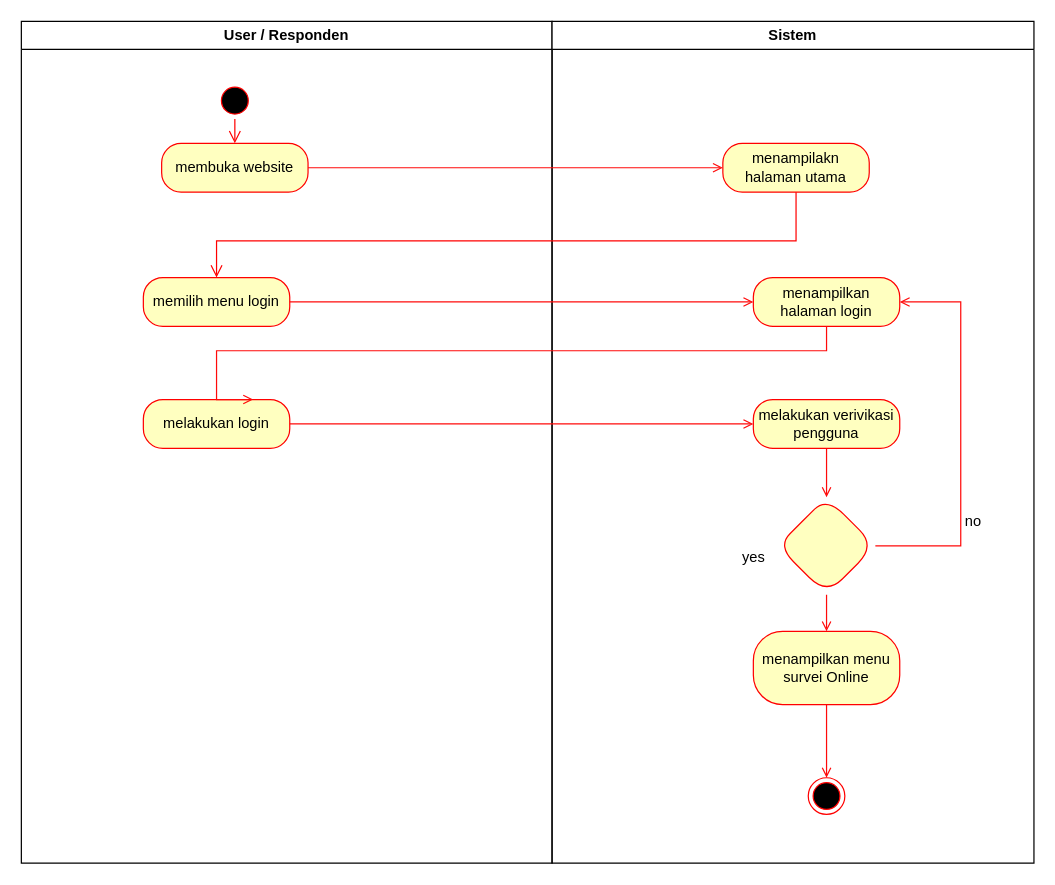
The draw.io diagram Activity Diagram Login Uas.drawio in Tijan01/UAS_APPL, before the edit. Source tidied: cells renumbered, new cells numbered last; positions are measured from the earlier drawing's top-left corner, leaving out a move shared by most shapes. Both pictures are drawn from the tidied source at 122%, with x=0, y=0 at pixel (21, 21).
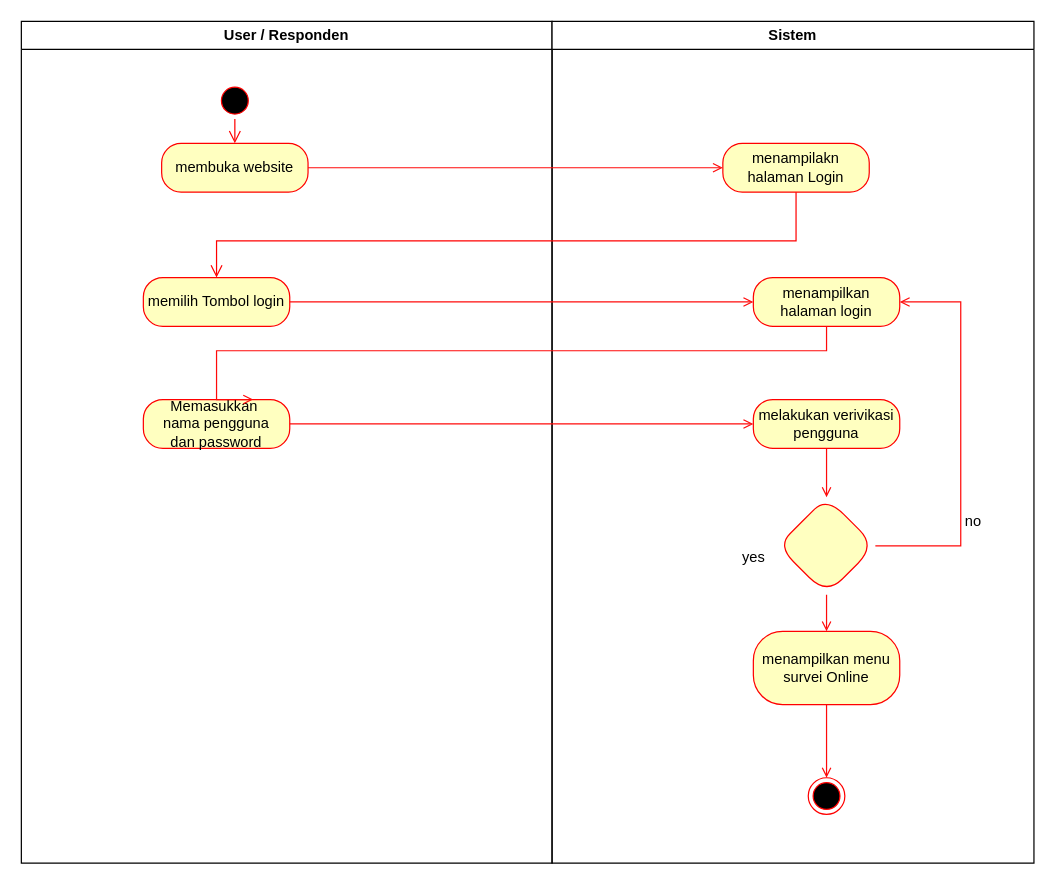
After the change.

The change refers to these unchanged cells:
```xml
<mxCell id="2" value="User / Responden" style="swimlane;whiteSpace=wrap;startSize=23;" parent="1" vertex="1">
  <mxGeometry width="435" height="690" as="geometry" />
</mxCell>
<mxCell id="6" value="Sistem" style="swimlane;whiteSpace=wrap;" parent="1" vertex="1">
  <mxGeometry x="435" width="395" height="690" as="geometry" />
</mxCell>
```

The edit, as a diff of the source:
```diff
@@
-    <mxCell id="4" value="memilih menu login" style="rounded=1;whiteSpace=wrap;html=1;arcSize=40;fontColor=#000000;fillColor=#ffffc0;strokeColor=#ff0000;" parent="2" vertex="1">
+    <mxCell id="4" value="memilih Tombol login" style="rounded=1;whiteSpace=wrap;html=1;arcSize=40;fontColor=#000000;fillColor=#ffffc0;strokeColor=#ff0000;" parent="2" vertex="1">
       <mxGeometry x="100" y="210" width="120" height="40" as="geometry" />
     </mxCell>
-    <mxCell id="5" value="melakukan login" style="rounded=1;whiteSpace=wrap;html=1;arcSize=40;fontColor=#000000;fillColor=#ffffc0;strokeColor=#ff0000;" parent="2" vertex="1">
+    <mxCell id="5" value="Memasukkan&amp;nbsp;&lt;br&gt;nama pengguna&lt;br&gt;dan password" style="rounded=1;whiteSpace=wrap;html=1;arcSize=40;fontColor=#000000;fillColor=#ffffc0;strokeColor=#ff0000;" parent="2" vertex="1">
       <mxGeometry x="100" y="310" width="120" height="40" as="geometry" />
     </mxCell>
@@
-    <mxCell id="7" value="menampilakn halaman utama" style="rounded=1;whiteSpace=wrap;html=1;arcSize=40;fontColor=#000000;fillColor=#ffffc0;strokeColor=#ff0000;" parent="6" vertex="1">
+    <mxCell id="7" value="menampilakn halaman Login" style="rounded=1;whiteSpace=wrap;html=1;arcSize=40;fontColor=#000000;fillColor=#ffffc0;strokeColor=#ff0000;" parent="6" vertex="1">
       <mxGeometry x="140" y="100" width="120" height="40" as="geometry" />
     </mxCell>
```
